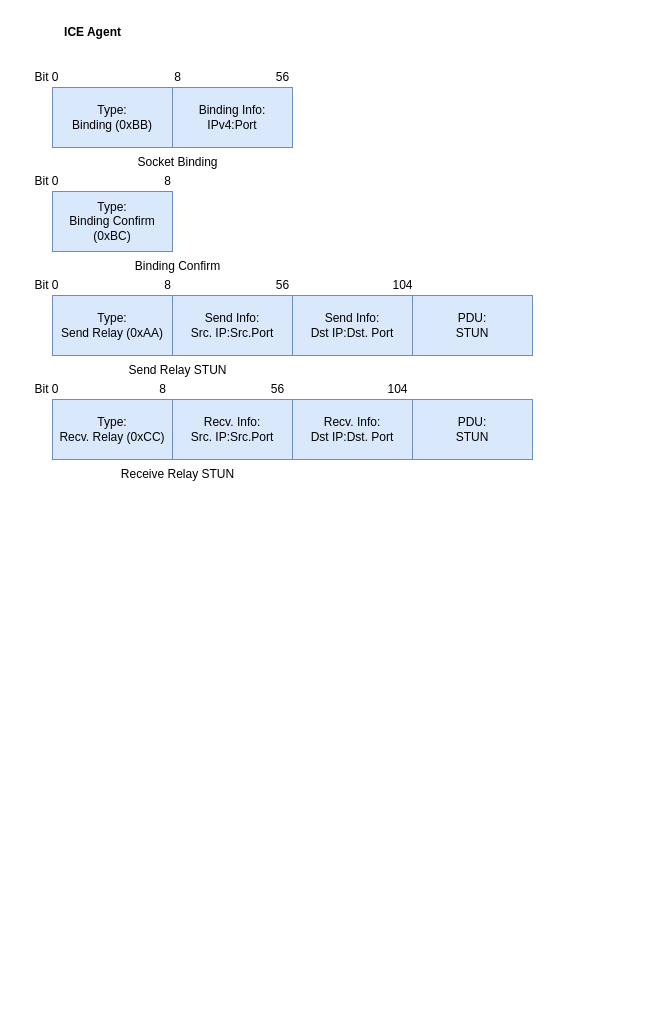
Before: resources/ice_packets.drawio in JustusvonderBeek/master-thesis-scripts-and-measures, a draw.io diagram. Source tidied: cells renumbered, new cells numbered last; positions are measured from the earlier drawing's top-left corner, leaving out a move shared by most shapes. Both pictures are drawn from the tidied source at 100%, with x=0, y=0 at pixel (21, 17).
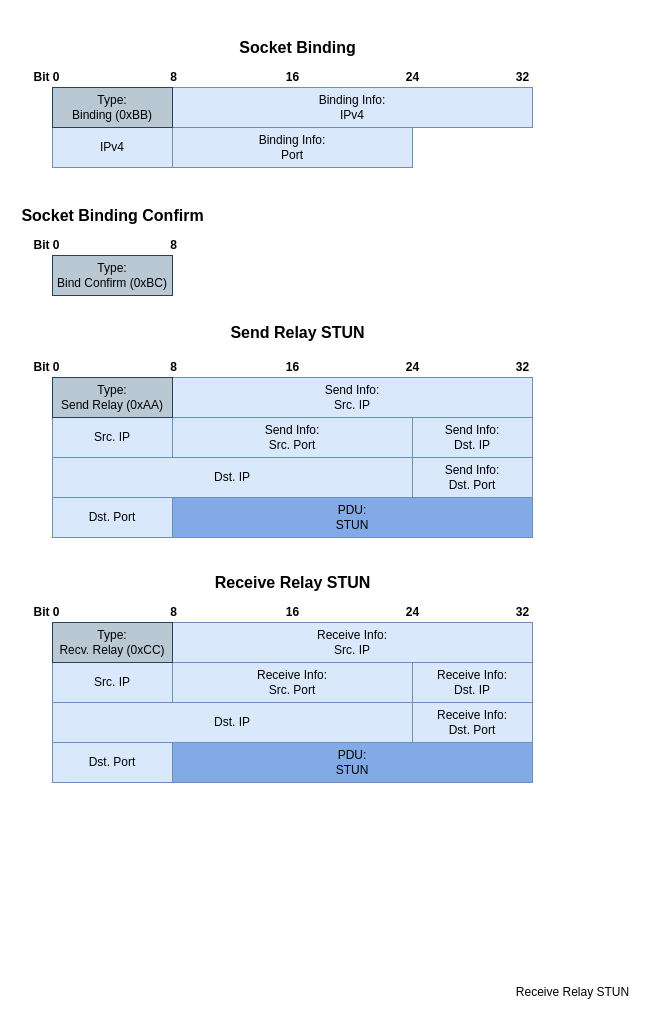
Above is the later version.

Commit message:
updated ice packets

Diff of the diagram source:
```diff
@@
-    <mxCell id="2" value="&lt;div&gt;Type:&lt;/div&gt;Binding (0xBB)" style="rounded=0;whiteSpace=wrap;html=1;fillColor=#dae8fc;strokeColor=#6c8ebf;" parent="1" vertex="1">
-      <mxGeometry x="31" y="70" width="120" height="60" as="geometry" />
-    </mxCell>
-    <mxCell id="3" value="Binding Info:&lt;div&gt;&lt;/div&gt;&lt;div&gt;IPv4:Port&lt;/div&gt;" style="rounded=0;whiteSpace=wrap;html=1;fillColor=#dae8fc;strokeColor=#6c8ebf;" parent="1" vertex="1">
-      <mxGeometry x="151" y="70" width="120" height="60" as="geometry" />
+    <mxCell id="3" value="Binding Info:&lt;div&gt;&lt;/div&gt;&lt;div&gt;IPv4&lt;/div&gt;" style="rounded=0;whiteSpace=wrap;html=1;fillColor=#dae8fc;strokeColor=#6c8ebf;" parent="1" vertex="1">
+      <mxGeometry x="151" y="70" width="360" height="40" as="geometry" />
     </mxCell>
-    <mxCell id="4" value="ICE Agent" style="text;html=1;align=center;verticalAlign=middle;strokeColor=none;fillColor=none;fontStyle=1;" parent="1" vertex="1">
-      <mxGeometry x="31" width="80" height="30" as="geometry" />
-    </mxCell>
-    <mxCell id="5" value="Bit 0" style="text;html=1;align=center;verticalAlign=middle;strokeColor=none;fillColor=none;" parent="1" vertex="1">
+    <mxCell id="5" value="Bit 0" style="text;html=1;align=center;verticalAlign=middle;strokeColor=none;fillColor=none;fontStyle=1;" parent="1" vertex="1">
       <mxGeometry y="45" width="50" height="30" as="geometry" />
     </mxCell>
-    <mxCell id="6" value="8" style="text;html=1;align=center;verticalAlign=middle;strokeColor=none;fillColor=none;" parent="1" vertex="1">
-      <mxGeometry x="141" y="45" width="30" height="30" as="geometry" />
+    <mxCell id="6" value="8" style="text;html=1;align=center;verticalAlign=middle;strokeColor=none;fillColor=none;fontStyle=1;" parent="1" vertex="1">
+      <mxGeometry x="137" y="45" width="30" height="30" as="geometry" />
     </mxCell>
-    <mxCell id="7" value="56" style="text;html=1;align=center;verticalAlign=middle;strokeColor=none;fillColor=none;" parent="1" vertex="1">
-      <mxGeometry x="241" y="45" width="40" height="30" as="geometry" />
+    <mxCell id="7" value="32" style="text;html=1;align=center;verticalAlign=middle;strokeColor=none;fillColor=none;fontStyle=1;" parent="1" vertex="1">
+      <mxGeometry x="481" y="45" width="40" height="30" as="geometry" />
     </mxCell>
-    <mxCell id="8" value="Socket Binding" style="text;html=1;align=center;verticalAlign=middle;strokeColor=none;fillColor=none;" parent="1" vertex="1">
-      <mxGeometry x="106" y="130" width="100" height="30" as="geometry" />
+    <mxCell id="8" value="Socket Binding" style="text;html=1;align=center;verticalAlign=middle;strokeColor=none;fillColor=none;fontStyle=1;fontSize=16;" parent="1" vertex="1">
+      <mxGeometry x="211" y="15" width="130" height="30" as="geometry" />
     </mxCell>
-    <mxCell id="9" value="&lt;div&gt;Type:&lt;/div&gt;Binding Confirm (0xBC)" style="rounded=0;whiteSpace=wrap;html=1;fillColor=#dae8fc;strokeColor=#6c8ebf;" parent="1" vertex="1">
-      <mxGeometry x="31" y="174" width="120" height="60" as="geometry" />
+    <mxCell id="9" value="&lt;div&gt;Type:&lt;/div&gt;Bind Confirm (0xBC)" style="rounded=0;whiteSpace=wrap;html=1;fillColor=#bac8d3;strokeColor=#23445d;" parent="1" vertex="1">
+      <mxGeometry x="31" y="238" width="120" height="40" as="geometry" />
     </mxCell>
-    <mxCell id="10" value="Bit 0" style="text;html=1;align=center;verticalAlign=middle;strokeColor=none;fillColor=none;" parent="1" vertex="1">
-      <mxGeometry y="149" width="50" height="30" as="geometry" />
-    </mxCell>
-    <mxCell id="11" value="8" style="text;html=1;align=center;verticalAlign=middle;strokeColor=none;fillColor=none;" parent="1" vertex="1">
-      <mxGeometry x="131" y="149" width="30" height="30" as="geometry" />
-    </mxCell>
-    <mxCell id="12" value="Binding Confirm" style="text;html=1;align=center;verticalAlign=middle;strokeColor=none;fillColor=none;" parent="1" vertex="1">
-      <mxGeometry x="101" y="234" width="110" height="30" as="geometry" />
-    </mxCell>
-    <mxCell id="13" value="&lt;div&gt;Type:&lt;/div&gt;Send Relay (0xAA)" style="rounded=0;whiteSpace=wrap;html=1;fillColor=#dae8fc;strokeColor=#6c8ebf;" parent="1" vertex="1">
-      <mxGeometry x="31" y="278" width="120" height="60" as="geometry" />
-    </mxCell>
-    <mxCell id="14" value="Bit 0" style="text;html=1;align=center;verticalAlign=middle;strokeColor=none;fillColor=none;" parent="1" vertex="1">
-      <mxGeometry y="253" width="50" height="30" as="geometry" />
+    <mxCell id="14" value="Bit 0" style="text;html=1;align=center;verticalAlign=middle;strokeColor=none;fillColor=none;fontStyle=1;" parent="1" vertex="1">
+      <mxGeometry y="335" width="50" height="30" as="geometry" />
     </mxCell>
-    <mxCell id="15" value="8" style="text;html=1;align=center;verticalAlign=middle;strokeColor=none;fillColor=none;" parent="1" vertex="1">
-      <mxGeometry x="131" y="253" width="30" height="30" as="geometry" />
+    <mxCell id="15" value="8" style="text;html=1;align=center;verticalAlign=middle;strokeColor=none;fillColor=none;fontStyle=1;" parent="1" vertex="1">
+      <mxGeometry x="137" y="335" width="30" height="30" as="geometry" />
     </mxCell>
-    <mxCell id="16" value="Send Relay STUN" style="text;html=1;align=center;verticalAlign=middle;strokeColor=none;fillColor=none;" parent="1" vertex="1">
-      <mxGeometry x="96" y="338" width="120" height="30" as="geometry" />
+    <mxCell id="16" value="Send Relay STUN" style="text;html=1;align=center;verticalAlign=middle;strokeColor=none;fillColor=none;fontStyle=1;fontSize=16;" parent="1" vertex="1">
+      <mxGeometry x="201" y="300" width="150" height="30" as="geometry" />
     </mxCell>
-    <mxCell id="17" value="&lt;div&gt;Send Info:&lt;/div&gt;&lt;div&gt;Src. IP:Src.Port&lt;/div&gt;" style="rounded=0;whiteSpace=wrap;html=1;fillColor=#dae8fc;strokeColor=#6c8ebf;" parent="1" vertex="1">
-      <mxGeometry x="151" y="278" width="120" height="60" as="geometry" />
+    <mxCell id="17" value="&lt;div&gt;Send Info:&lt;/div&gt;&lt;div&gt;Src. IP&lt;/div&gt;" style="rounded=0;whiteSpace=wrap;html=1;fillColor=#dae8fc;strokeColor=#6c8ebf;" parent="1" vertex="1">
+      <mxGeometry x="151" y="360" width="360" height="40" as="geometry" />
     </mxCell>
-    <mxCell id="18" value="&lt;div&gt;Send Info:&lt;/div&gt;&lt;div&gt;Dst IP:Dst. Port&lt;/div&gt;" style="rounded=0;whiteSpace=wrap;html=1;fillColor=#dae8fc;strokeColor=#6c8ebf;" parent="1" vertex="1">
-      <mxGeometry x="271" y="278" width="120" height="60" as="geometry" />
+    <mxCell id="18" value="&lt;div&gt;Send Info:&lt;/div&gt;&lt;div&gt;Dst. IP&lt;/div&gt;" style="rounded=0;whiteSpace=wrap;html=1;fillColor=#dae8fc;strokeColor=#6c8ebf;" parent="1" vertex="1">
+      <mxGeometry x="391" y="400" width="120" height="40" as="geometry" />
     </mxCell>
-    <mxCell id="19" value="56" style="text;html=1;align=center;verticalAlign=middle;strokeColor=none;fillColor=none;" parent="1" vertex="1">
-      <mxGeometry x="241" y="253" width="40" height="30" as="geometry" />
+    <mxCell id="19" value="16" style="text;html=1;align=center;verticalAlign=middle;strokeColor=none;fillColor=none;fontStyle=1;" parent="1" vertex="1">
+      <mxGeometry x="251" y="335" width="40" height="30" as="geometry" />
     </mxCell>
-    <mxCell id="20" value="104" style="text;html=1;align=center;verticalAlign=middle;strokeColor=none;fillColor=none;" parent="1" vertex="1">
-      <mxGeometry x="361" y="253" width="40" height="30" as="geometry" />
+    <mxCell id="20" value="24" style="text;html=1;align=center;verticalAlign=middle;strokeColor=none;fillColor=none;fontStyle=1;" parent="1" vertex="1">
+      <mxGeometry x="371" y="335" width="40" height="30" as="geometry" />
     </mxCell>
-    <mxCell id="21" value="PDU:&lt;div&gt;STUN&lt;/div&gt;" style="rounded=0;whiteSpace=wrap;html=1;fillColor=#dae8fc;strokeColor=#6c8ebf;" parent="1" vertex="1">
-      <mxGeometry x="391" y="278" width="120" height="60" as="geometry" />
+    <mxCell id="21" value="PDU:&lt;div&gt;STUN&lt;/div&gt;" style="rounded=0;whiteSpace=wrap;html=1;fillColor=#81AAE6;strokeColor=#6c8ebf;gradientColor=none;" parent="1" vertex="1">
+      <mxGeometry x="151" y="480" width="360" height="40" as="geometry" />
     </mxCell>
+    <mxCell id="23" value="Receive Relay STUN" style="text;html=1;align=center;verticalAlign=middle;strokeColor=none;fillColor=none;" parent="1" vertex="1">
+      <mxGeometry x="481" y="960" width="140" height="30" as="geometry" />
+    </mxCell>
+    <mxCell id="31" value="IPv4" style="rounded=0;whiteSpace=wrap;html=1;fillColor=#dae8fc;strokeColor=#6c8ebf;" parent="1" vertex="1">
+      <mxGeometry x="31" y="110" width="120" height="40" as="geometry" />
+    </mxCell>
+    <mxCell id="32" value="&lt;div&gt;Binding Info:&lt;/div&gt;Port" style="rounded=0;whiteSpace=wrap;html=1;fillColor=#dae8fc;strokeColor=#6c8ebf;" parent="1" vertex="1">
+      <mxGeometry x="151" y="110" width="240" height="40" as="geometry" />
+    </mxCell>
+    <mxCell id="2" value="&lt;div&gt;Type:&lt;/div&gt;Binding (0xBB)" style="rounded=0;whiteSpace=wrap;html=1;fillColor=#bac8d3;strokeColor=#23445d;" parent="1" vertex="1">
+      <mxGeometry x="31" y="70" width="120" height="40" as="geometry" />
+    </mxCell>
+    <mxCell id="33" value="16" style="text;html=1;align=center;verticalAlign=middle;strokeColor=none;fillColor=none;fontStyle=1;" parent="1" vertex="1">
+      <mxGeometry x="251" y="45" width="40" height="30" as="geometry" />
+    </mxCell>
+    <mxCell id="34" value="24" style="text;html=1;align=center;verticalAlign=middle;strokeColor=none;fillColor=none;fontStyle=1;" parent="1" vertex="1">
+      <mxGeometry x="371" y="45" width="40" height="30" as="geometry" />
+    </mxCell>
+    <mxCell id="35" value="Socket Binding Confirm" style="text;html=1;align=center;verticalAlign=middle;strokeColor=none;fillColor=none;fontStyle=1;fontSize=16;" parent="1" vertex="1">
+      <mxGeometry x="-4" y="183" width="190" height="30" as="geometry" />
+    </mxCell>
+    <mxCell id="36" value="&lt;div&gt;&lt;span style=&quot;background-color: initial;&quot;&gt;Src. IP&lt;/span&gt;&lt;br&gt;&lt;/div&gt;" style="rounded=0;whiteSpace=wrap;html=1;fillColor=#dae8fc;strokeColor=#6c8ebf;" parent="1" vertex="1">
+      <mxGeometry x="31" y="400" width="120" height="40" as="geometry" />
+    </mxCell>
+    <mxCell id="37" value="Send Info:&lt;br&gt;Src. Port" style="rounded=0;whiteSpace=wrap;html=1;fillColor=#dae8fc;strokeColor=#6c8ebf;" parent="1" vertex="1">
+      <mxGeometry x="151" y="400" width="240" height="40" as="geometry" />
+    </mxCell>
+    <mxCell id="38" value="&lt;div&gt;&lt;span style=&quot;background-color: initial;&quot;&gt;Dst. IP&lt;/span&gt;&lt;br&gt;&lt;/div&gt;" style="rounded=0;whiteSpace=wrap;html=1;fillColor=#dae8fc;strokeColor=#6c8ebf;" parent="1" vertex="1">
+      <mxGeometry x="31" y="440" width="360" height="40" as="geometry" />
+    </mxCell>
+    <mxCell id="39" value="&lt;div&gt;Send Info:&lt;/div&gt;&lt;div&gt;Dst. Port&lt;/div&gt;" style="rounded=0;whiteSpace=wrap;html=1;fillColor=#dae8fc;strokeColor=#6c8ebf;" parent="1" vertex="1">
+      <mxGeometry x="391" y="440" width="120" height="40" as="geometry" />
+    </mxCell>
+    <mxCell id="40" value="&lt;div&gt;&lt;span style=&quot;background-color: initial;&quot;&gt;Dst. Port&lt;/span&gt;&lt;br&gt;&lt;/div&gt;" style="rounded=0;whiteSpace=wrap;html=1;fillColor=#dae8fc;strokeColor=#6c8ebf;" parent="1" vertex="1">
+      <mxGeometry x="31" y="480" width="120" height="40" as="geometry" />
+    </mxCell>
+    <mxCell id="41" value="32" style="text;html=1;align=center;verticalAlign=middle;strokeColor=none;fillColor=none;fontStyle=1;" parent="1" vertex="1">
+      <mxGeometry x="481" y="335" width="40" height="30" as="geometry" />
+    </mxCell>
+    <mxCell id="13" value="&lt;div&gt;Type:&lt;/div&gt;Send Relay (0xAA)" style="rounded=0;whiteSpace=wrap;html=1;fillColor=#bac8d3;strokeColor=#23445d;" parent="1" vertex="1">
+      <mxGeometry x="31" y="360" width="120" height="40" as="geometry" />
+    </mxCell>
+    <mxCell id="42" value="Bit 0" style="text;html=1;align=center;verticalAlign=middle;strokeColor=none;fillColor=none;fontStyle=1;" parent="1" vertex="1">
+      <mxGeometry y="580" width="50" height="30" as="geometry" />
+    </mxCell>
+    <mxCell id="43" value="8" style="text;html=1;align=center;verticalAlign=middle;strokeColor=none;fillColor=none;fontStyle=1;" parent="1" vertex="1">
+      <mxGeometry x="137" y="580" width="30" height="30" as="geometry" />
+    </mxCell>
+    <mxCell id="44" value="Receive Relay STUN" style="text;html=1;align=center;verticalAlign=middle;strokeColor=none;fillColor=none;fontStyle=1;fontSize=16;" parent="1" vertex="1">
+      <mxGeometry x="186" y="550" width="170" height="30" as="geometry" />
+    </mxCell>
+    <mxCell id="45" value="&lt;div&gt;Receive Info:&lt;/div&gt;&lt;div&gt;Src. IP&lt;/div&gt;" style="rounded=0;whiteSpace=wrap;html=1;fillColor=#dae8fc;strokeColor=#6c8ebf;" parent="1" vertex="1">
+      <mxGeometry x="151" y="605" width="360" height="40" as="geometry" />
+    </mxCell>
+    <mxCell id="46" value="&lt;div&gt;Receive Info:&lt;/div&gt;&lt;div&gt;Dst. IP&lt;/div&gt;" style="rounded=0;whiteSpace=wrap;html=1;fillColor=#dae8fc;strokeColor=#6c8ebf;" parent="1" vertex="1">
+      <mxGeometry x="391" y="645" width="120" height="40" as="geometry" />
+    </mxCell>
+    <mxCell id="47" value="16" style="text;html=1;align=center;verticalAlign=middle;strokeColor=none;fillColor=none;fontStyle=1;" parent="1" vertex="1">
+      <mxGeometry x="251" y="580" width="40" height="30" as="geometry" />
+    </mxCell>
+    <mxCell id="48" value="24" style="text;html=1;align=center;verticalAlign=middle;strokeColor=none;fillColor=none;fontStyle=1;" parent="1" vertex="1">
+      <mxGeometry x="371" y="580" width="40" height="30" as="geometry" />
+    </mxCell>
+    <mxCell id="26" value="PDU:&lt;div&gt;STUN&lt;/div&gt;" style="rounded=0;whiteSpace=wrap;html=1;fillColor=#81AAE6;strokeColor=#6c8ebf;" parent="1" vertex="1">
+      <mxGeometry x="151" y="725" width="360" height="40" as="geometry" />
+    </mxCell>
+    <mxCell id="49" value="&lt;div&gt;&lt;span style=&quot;background-color: initial;&quot;&gt;Src. IP&lt;/span&gt;&lt;br&gt;&lt;/div&gt;" style="rounded=0;whiteSpace=wrap;html=1;fillColor=#dae8fc;strokeColor=#6c8ebf;" parent="1" vertex="1">
+      <mxGeometry x="31" y="645" width="120" height="40" as="geometry" />
+    </mxCell>
+    <mxCell id="50" value="Receive Info:&lt;br&gt;Src. Port" style="rounded=0;whiteSpace=wrap;html=1;fillColor=#dae8fc;strokeColor=#6c8ebf;" parent="1" vertex="1">
+      <mxGeometry x="151" y="645" width="240" height="40" as="geometry" />
+    </mxCell>
+    <mxCell id="51" value="&lt;div&gt;&lt;span style=&quot;background-color: initial;&quot;&gt;Dst. IP&lt;/span&gt;&lt;br&gt;&lt;/div&gt;" style="rounded=0;whiteSpace=wrap;html=1;fillColor=#dae8fc;strokeColor=#6c8ebf;" parent="1" vertex="1">
+      <mxGeometry x="31" y="685" width="360" height="40" as="geometry" />
+    </mxCell>
+    <mxCell id="52" value="&lt;div&gt;Receive Info:&lt;/div&gt;&lt;div&gt;Dst. Port&lt;/div&gt;" style="rounded=0;whiteSpace=wrap;html=1;fillColor=#dae8fc;strokeColor=#6c8ebf;" parent="1" vertex="1">
+      <mxGeometry x="391" y="685" width="120" height="40" as="geometry" />
+    </mxCell>
+    <mxCell id="53" value="&lt;div&gt;&lt;span style=&quot;background-color: initial;&quot;&gt;Dst. Port&lt;/span&gt;&lt;br&gt;&lt;/div&gt;" style="rounded=0;whiteSpace=wrap;html=1;fillColor=#dae8fc;strokeColor=#6c8ebf;" parent="1" vertex="1">
+      <mxGeometry x="31" y="725" width="120" height="40" as="geometry" />
+    </mxCell>
+    <mxCell id="54" value="32" style="text;html=1;align=center;verticalAlign=middle;strokeColor=none;fillColor=none;fontStyle=1;" parent="1" vertex="1">
+      <mxGeometry x="481" y="580" width="40" height="30" as="geometry" />
+    </mxCell>
-    <mxCell id="22" value="&lt;div&gt;Type:&lt;/div&gt;Recv. Relay (0xCC)" style="rounded=0;whiteSpace=wrap;html=1;fillColor=#dae8fc;strokeColor=#6c8ebf;" parent="1" vertex="1">
-      <mxGeometry x="31" y="382" width="120" height="60" as="geometry" />
+    <mxCell id="22" value="&lt;div&gt;Type:&lt;/div&gt;Recv. Relay (0xCC)" style="rounded=0;whiteSpace=wrap;html=1;fillColor=#bac8d3;strokeColor=#23445d;" parent="1" vertex="1">
+      <mxGeometry x="31" y="605" width="120" height="40" as="geometry" />
     </mxCell>
-    <mxCell id="23" value="Receive Relay STUN" style="text;html=1;align=center;verticalAlign=middle;strokeColor=none;fillColor=none;" parent="1" vertex="1">
-      <mxGeometry x="86" y="442" width="140" height="30" as="geometry" />
-    </mxCell>
-    <mxCell id="24" value="&lt;div&gt;Recv. Info:&lt;/div&gt;&lt;div&gt;Src. IP:Src.Port&lt;/div&gt;" style="rounded=0;whiteSpace=wrap;html=1;fillColor=#dae8fc;strokeColor=#6c8ebf;" parent="1" vertex="1">
-      <mxGeometry x="151" y="382" width="120" height="60" as="geometry" />
-    </mxCell>
-    <mxCell id="25" value="&lt;div&gt;Recv. Info:&lt;/div&gt;&lt;div&gt;Dst IP:Dst. Port&lt;/div&gt;" style="rounded=0;whiteSpace=wrap;html=1;fillColor=#dae8fc;strokeColor=#6c8ebf;" parent="1" vertex="1">
-      <mxGeometry x="271" y="382" width="120" height="60" as="geometry" />
-    </mxCell>
-    <mxCell id="26" value="PDU:&lt;div&gt;STUN&lt;/div&gt;" style="rounded=0;whiteSpace=wrap;html=1;fillColor=#dae8fc;strokeColor=#6c8ebf;" parent="1" vertex="1">
-      <mxGeometry x="391" y="382" width="120" height="60" as="geometry" />
-    </mxCell>
-    <mxCell id="27" value="Bit 0" style="text;html=1;align=center;verticalAlign=middle;strokeColor=none;fillColor=none;" parent="1" vertex="1">
-      <mxGeometry y="357" width="50" height="30" as="geometry" />
-    </mxCell>
-    <mxCell id="28" value="8" style="text;html=1;align=center;verticalAlign=middle;strokeColor=none;fillColor=none;" parent="1" vertex="1">
-      <mxGeometry x="126" y="357" width="30" height="30" as="geometry" />
-    </mxCell>
-    <mxCell id="29" value="56" style="text;html=1;align=center;verticalAlign=middle;strokeColor=none;fillColor=none;" parent="1" vertex="1">
-      <mxGeometry x="236" y="357" width="40" height="30" as="geometry" />
-    </mxCell>
-    <mxCell id="30" value="104" style="text;html=1;align=center;verticalAlign=middle;strokeColor=none;fillColor=none;" parent="1" vertex="1">
-      <mxGeometry x="356" y="357" width="40" height="30" as="geometry" />
-    </mxCell>
+    <mxCell id="55" value="Bit 0" style="text;html=1;align=center;verticalAlign=middle;strokeColor=none;fillColor=none;fontStyle=1;" parent="1" vertex="1">
+      <mxGeometry y="213" width="50" height="30" as="geometry" />
+    </mxCell>
+    <mxCell id="56" value="8" style="text;html=1;align=center;verticalAlign=middle;strokeColor=none;fillColor=none;fontStyle=1;" parent="1" vertex="1">
+      <mxGeometry x="137" y="213" width="30" height="30" as="geometry" />
+    </mxCell>
```
